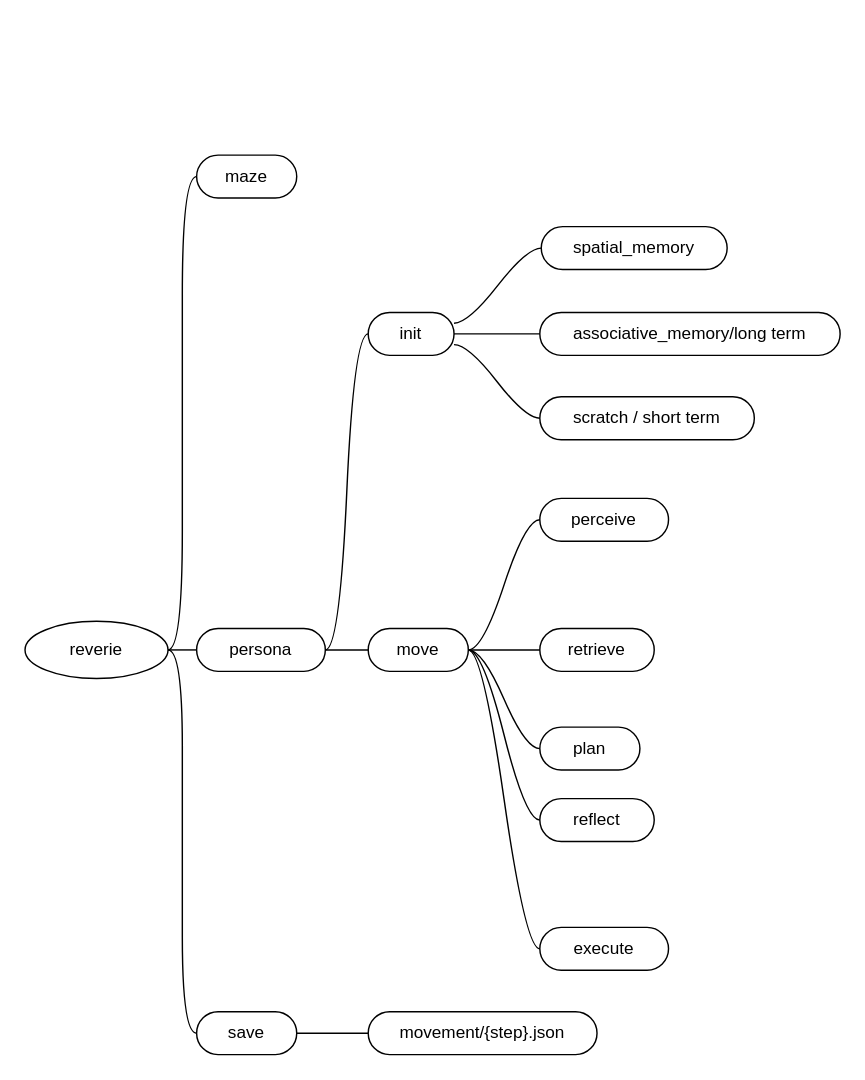
Above: page "reverie" (1 of 2) of generative_agents.drawio in fengchutadie/diagram (draw.io), before the change. Source tidied: cells renumbered, new cells numbered last; positions are measured from the earlier drawing's top-left corner, leaving out a move shared by most shapes. Both pictures are drawn from the tidied source at 143%, with x=0, y=0 at pixel (24, 154).
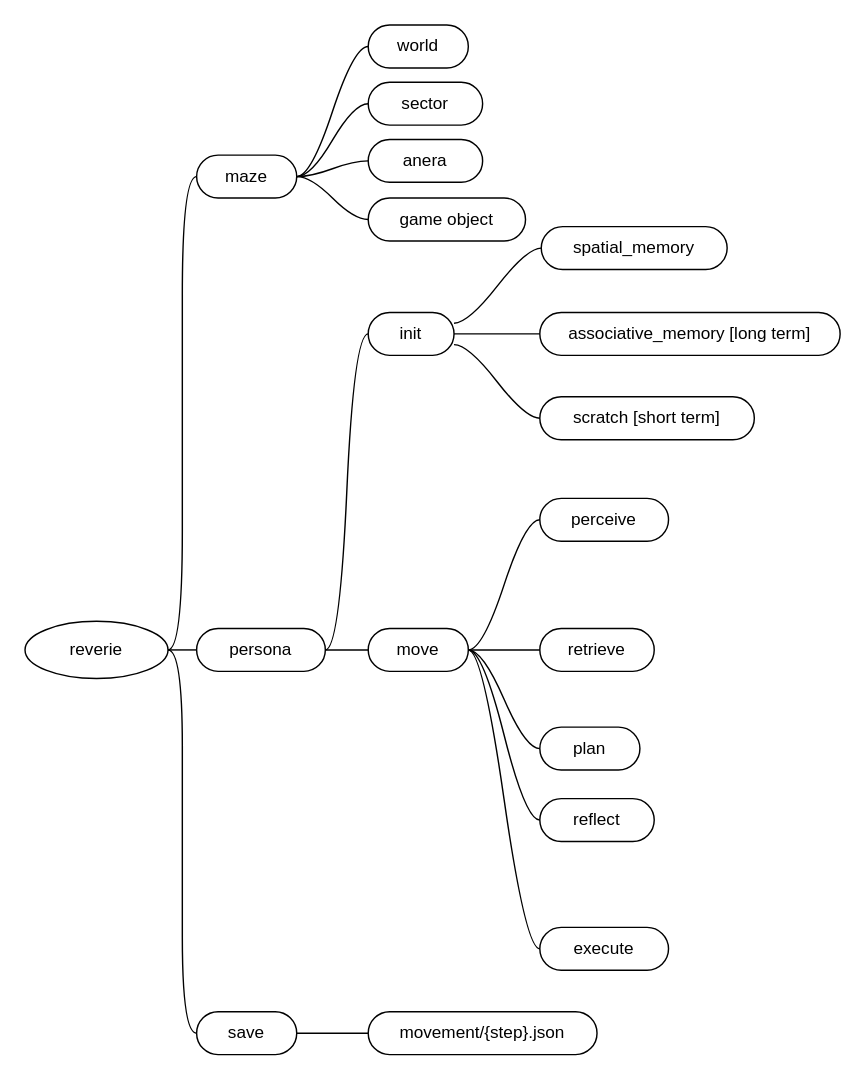
The same page after the edit.

Unchanged cells that the change refers to:
```xml
<mxCell id="3" value="maze" style="whiteSpace=wrap;html=1;rounded=1;arcSize=50;align=center;verticalAlign=middle;strokeWidth=1;spacing=4;newEdgeStyle={&quot;edgeStyle&quot;:&quot;entityRelationEdgeStyle&quot;,&quot;startArrow&quot;:&quot;none&quot;,&quot;endArrow&quot;:&quot;none&quot;,&quot;segment&quot;:10,&quot;curved&quot;:1,&quot;sourcePerimeterSpacing&quot;:0,&quot;targetPerimeterSpacing&quot;:0};" parent="1" vertex="1">
  <mxGeometry x="120" width="70" height="30" as="geometry" />
</mxCell>
```

Diff of the diagram source:
```diff
@@
-    <mxCell id="25" value="associative_memory/long term" style="whiteSpace=wrap;html=1;rounded=1;arcSize=50;align=center;verticalAlign=middle;strokeWidth=1;spacing=4;newEdgeStyle={&quot;edgeStyle&quot;:&quot;entityRelationEdgeStyle&quot;,&quot;startArrow&quot;:&quot;none&quot;,&quot;endArrow&quot;:&quot;none&quot;,&quot;segment&quot;:10,&quot;curved&quot;:1,&quot;sourcePerimeterSpacing&quot;:0,&quot;targetPerimeterSpacing&quot;:0};" parent="1" vertex="1">
+    <mxCell id="25" value="associative_memory [long term]" style="whiteSpace=wrap;html=1;rounded=1;arcSize=50;align=center;verticalAlign=middle;strokeWidth=1;spacing=4;newEdgeStyle={&quot;edgeStyle&quot;:&quot;entityRelationEdgeStyle&quot;,&quot;startArrow&quot;:&quot;none&quot;,&quot;endArrow&quot;:&quot;none&quot;,&quot;segment&quot;:10,&quot;curved&quot;:1,&quot;sourcePerimeterSpacing&quot;:0,&quot;targetPerimeterSpacing&quot;:0};" parent="1" vertex="1">
       <mxGeometry x="360" y="110" width="210" height="30" as="geometry" />
     </mxCell>
@@
-    <mxCell id="27" value="scratch / short term" style="whiteSpace=wrap;html=1;rounded=1;arcSize=50;align=center;verticalAlign=middle;strokeWidth=1;spacing=4;newEdgeStyle={&quot;edgeStyle&quot;:&quot;entityRelationEdgeStyle&quot;,&quot;startArrow&quot;:&quot;none&quot;,&quot;endArrow&quot;:&quot;none&quot;,&quot;segment&quot;:10,&quot;curved&quot;:1,&quot;sourcePerimeterSpacing&quot;:0,&quot;targetPerimeterSpacing&quot;:0};direction=south;" parent="1" vertex="1">
+    <mxCell id="27" value="scratch [short term]" style="whiteSpace=wrap;html=1;rounded=1;arcSize=50;align=center;verticalAlign=middle;strokeWidth=1;spacing=4;newEdgeStyle={&quot;edgeStyle&quot;:&quot;entityRelationEdgeStyle&quot;,&quot;startArrow&quot;:&quot;none&quot;,&quot;endArrow&quot;:&quot;none&quot;,&quot;segment&quot;:10,&quot;curved&quot;:1,&quot;sourcePerimeterSpacing&quot;:0,&quot;targetPerimeterSpacing&quot;:0};direction=south;" parent="1" vertex="1">
       <mxGeometry x="360" y="169" width="150" height="30" as="geometry" />
     </mxCell>
@@
+    <mxCell id="31" value="world" style="whiteSpace=wrap;html=1;rounded=1;arcSize=50;align=center;verticalAlign=middle;strokeWidth=1;spacing=4;newEdgeStyle={&quot;edgeStyle&quot;:&quot;entityRelationEdgeStyle&quot;,&quot;startArrow&quot;:&quot;none&quot;,&quot;endArrow&quot;:&quot;none&quot;,&quot;segment&quot;:10,&quot;curved&quot;:1,&quot;sourcePerimeterSpacing&quot;:0,&quot;targetPerimeterSpacing&quot;:0};" parent="1" vertex="1">
+      <mxGeometry x="240" y="-91" width="70" height="30" as="geometry" />
+    </mxCell>
+    <mxCell id="32" style="edgeStyle=entityRelationEdgeStyle;startArrow=none;endArrow=none;segment=10;curved=1;sourcePerimeterSpacing=0;targetPerimeterSpacing=0;rounded=0;" parent="1" edge="1" source="3" target="31">
+      <mxGeometry relative="1" as="geometry" />
+    </mxCell>
+    <mxCell id="33" value="sector" style="whiteSpace=wrap;html=1;rounded=1;arcSize=50;align=center;verticalAlign=middle;strokeWidth=1;spacing=4;newEdgeStyle={&quot;edgeStyle&quot;:&quot;entityRelationEdgeStyle&quot;,&quot;startArrow&quot;:&quot;none&quot;,&quot;endArrow&quot;:&quot;none&quot;,&quot;segment&quot;:10,&quot;curved&quot;:1,&quot;sourcePerimeterSpacing&quot;:0,&quot;targetPerimeterSpacing&quot;:0};" parent="1" vertex="1">
+      <mxGeometry x="240" y="-51" width="80" height="30" as="geometry" />
+    </mxCell>
+    <mxCell id="34" style="edgeStyle=entityRelationEdgeStyle;startArrow=none;endArrow=none;segment=10;curved=1;sourcePerimeterSpacing=0;targetPerimeterSpacing=0;rounded=0;exitX=1;exitY=0.5;exitDx=0;exitDy=0;" parent="1" edge="1" source="3" target="33">
+      <mxGeometry relative="1" as="geometry" />
+    </mxCell>
+    <mxCell id="35" value="anera" style="whiteSpace=wrap;html=1;rounded=1;arcSize=50;align=center;verticalAlign=middle;strokeWidth=1;spacing=4;newEdgeStyle={&quot;edgeStyle&quot;:&quot;entityRelationEdgeStyle&quot;,&quot;startArrow&quot;:&quot;none&quot;,&quot;endArrow&quot;:&quot;none&quot;,&quot;segment&quot;:10,&quot;curved&quot;:1,&quot;sourcePerimeterSpacing&quot;:0,&quot;targetPerimeterSpacing&quot;:0};" parent="1" vertex="1">
+      <mxGeometry x="240" y="-11" width="80" height="30" as="geometry" />
+    </mxCell>
+    <mxCell id="36" style="edgeStyle=entityRelationEdgeStyle;startArrow=none;endArrow=none;segment=10;curved=1;sourcePerimeterSpacing=0;targetPerimeterSpacing=0;rounded=0;exitX=1;exitY=0.5;exitDx=0;exitDy=0;" parent="1" edge="1" source="3" target="35">
+      <mxGeometry relative="1" as="geometry" />
+    </mxCell>
+    <mxCell id="37" value="game object" style="whiteSpace=wrap;html=1;rounded=1;arcSize=50;align=center;verticalAlign=middle;strokeWidth=1;spacing=4;newEdgeStyle={&quot;edgeStyle&quot;:&quot;entityRelationEdgeStyle&quot;,&quot;startArrow&quot;:&quot;none&quot;,&quot;endArrow&quot;:&quot;none&quot;,&quot;segment&quot;:10,&quot;curved&quot;:1,&quot;sourcePerimeterSpacing&quot;:0,&quot;targetPerimeterSpacing&quot;:0};" parent="1" vertex="1">
+      <mxGeometry x="240" y="30" width="110" height="30" as="geometry" />
+    </mxCell>
+    <mxCell id="38" style="edgeStyle=entityRelationEdgeStyle;startArrow=none;endArrow=none;segment=10;curved=1;sourcePerimeterSpacing=0;targetPerimeterSpacing=0;rounded=0;exitX=1;exitY=0.5;exitDx=0;exitDy=0;" parent="1" edge="1" source="3" target="37">
+      <mxGeometry relative="1" as="geometry" />
+    </mxCell>
```
